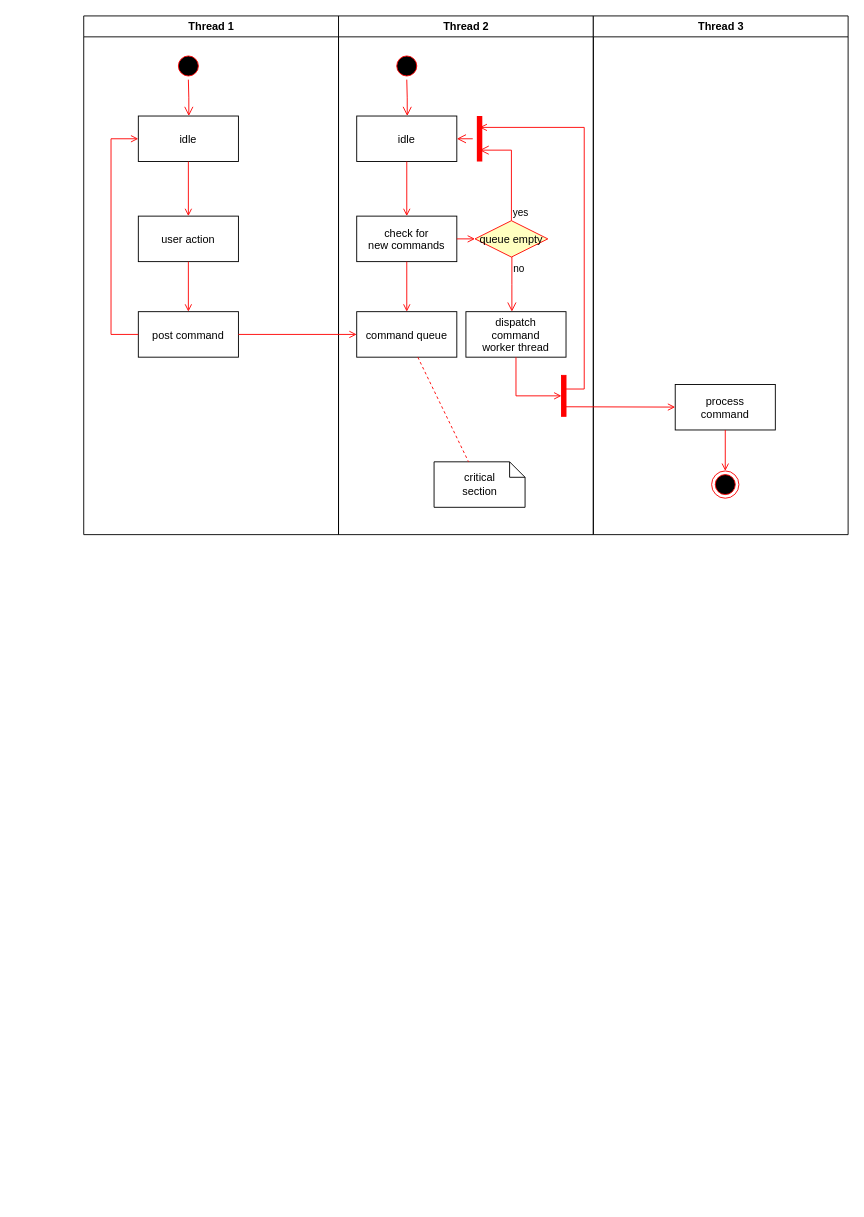
Before: CRUSUML.drawio in DONNWILZY/HNGTaskTwo, a draw.io diagram. Source tidied: cells renumbered, new cells numbered last; positions are measured from the earlier drawing's top-left corner, leaving out a move shared by most shapes. Both pictures are drawn from the tidied source at 91%, with x=0, y=0 at pixel (83, 15).
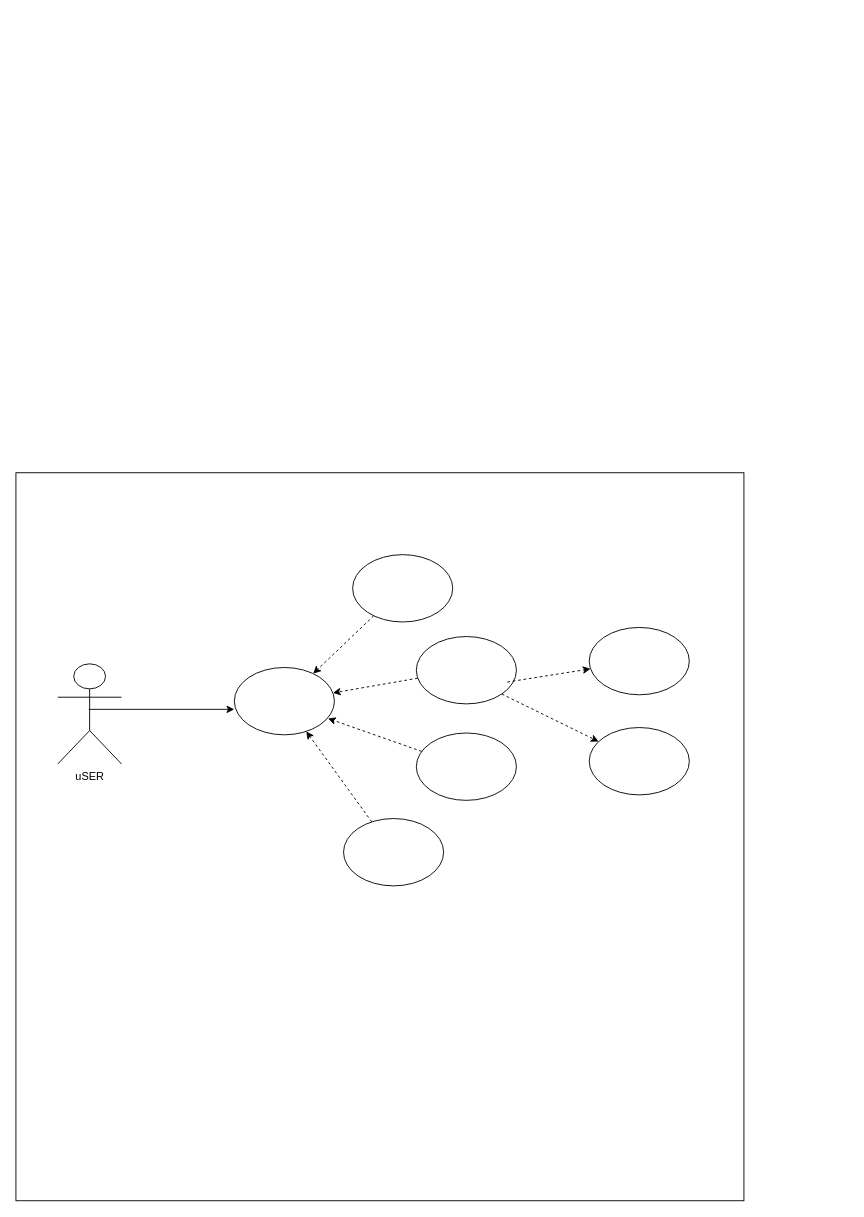
The same diagram, later.

Diff of the diagram source:
```diff
@@
-    <mxCell id="2" value="Thread 1" style="swimlane;whiteSpace=wrap;" parent="1" vertex="1">
-      <mxGeometry x="0.5" width="280" height="570" as="geometry" />
-    </mxCell>
-    <mxCell id="3" style="ellipse;shape=startState;fillColor=#000000;strokeColor=#ff0000;" parent="2" vertex="1">
-      <mxGeometry x="100" y="40" width="30" height="30" as="geometry" />
-    </mxCell>
-    <mxCell id="4" style="edgeStyle=elbowEdgeStyle;elbow=horizontal;verticalAlign=bottom;endArrow=open;endSize=8;strokeColor=#FF0000;endFill=1;rounded=0;" parent="2" edge="1" source="3" target="5">
-      <mxGeometry x="100" y="40" as="geometry" />
-    </mxCell>
-    <mxCell id="5" value="idle" parent="2" vertex="1">
-      <mxGeometry x="60" y="110" width="110" height="50" as="geometry" />
-    </mxCell>
-    <mxCell id="6" value="user action" parent="2" vertex="1">
-      <mxGeometry x="60" y="220" width="110" height="50" as="geometry" />
-    </mxCell>
-    <mxCell id="7" style="endArrow=open;strokeColor=#FF0000;endFill=1;rounded=0;" parent="2" edge="1" source="5" target="6">
-      <mxGeometry relative="1" as="geometry" />
-    </mxCell>
-    <mxCell id="8" value="post command" parent="2" vertex="1">
-      <mxGeometry x="60" y="325" width="110" height="50" as="geometry" />
-    </mxCell>
-    <mxCell id="9" style="endArrow=open;strokeColor=#FF0000;endFill=1;rounded=0;" parent="2" edge="1" source="6" target="8">
-      <mxGeometry relative="1" as="geometry" />
-    </mxCell>
-    <mxCell id="10" style="edgeStyle=elbowEdgeStyle;elbow=horizontal;strokeColor=#FF0000;endArrow=open;endFill=1;rounded=0;" parent="2" edge="1" source="8" target="5">
-      <mxGeometry relative="1" as="geometry">
-        <Array as="points">
-          <mxPoint x="30" y="250" />
-        </Array>
-      </mxGeometry>
-    </mxCell>
-    <mxCell id="11" value="Thread 2" style="swimlane;whiteSpace=wrap;" parent="1" vertex="1">
-      <mxGeometry x="280.5" width="280" height="570" as="geometry" />
-    </mxCell>
-    <mxCell id="12" style="ellipse;shape=startState;fillColor=#000000;strokeColor=#ff0000;" parent="11" vertex="1">
-      <mxGeometry x="60" y="40" width="30" height="30" as="geometry" />
-    </mxCell>
-    <mxCell id="13" style="edgeStyle=elbowEdgeStyle;elbow=horizontal;verticalAlign=bottom;endArrow=open;endSize=8;strokeColor=#FF0000;endFill=1;rounded=0;" parent="11" edge="1" source="12" target="14">
-      <mxGeometry x="40" y="20" as="geometry" />
-    </mxCell>
-    <mxCell id="14" value="idle" parent="11" vertex="1">
-      <mxGeometry x="20" y="110" width="110" height="50" as="geometry" />
-    </mxCell>
-    <mxCell id="15" value="check for &#10;new commands" parent="11" vertex="1">
-      <mxGeometry x="20" y="220" width="110" height="50" as="geometry" />
-    </mxCell>
-    <mxCell id="16" style="endArrow=open;strokeColor=#FF0000;endFill=1;rounded=0;" parent="11" edge="1" source="14" target="15">
-      <mxGeometry relative="1" as="geometry" />
-    </mxCell>
-    <mxCell id="17" value="command queue" parent="11" vertex="1">
-      <mxGeometry x="20" y="325" width="110" height="50" as="geometry" />
-    </mxCell>
-    <mxCell id="18" style="endArrow=open;strokeColor=#FF0000;endFill=1;rounded=0;" parent="11" edge="1" source="15" target="17">
-      <mxGeometry relative="1" as="geometry" />
-    </mxCell>
-    <mxCell id="19" value="queue empty" style="rhombus;fillColor=#ffffc0;strokeColor=#ff0000;" parent="11" vertex="1">
-      <mxGeometry x="150" y="225" width="80" height="40" as="geometry" />
-    </mxCell>
-    <mxCell id="20" value="yes" style="edgeStyle=elbowEdgeStyle;elbow=horizontal;align=left;verticalAlign=bottom;endArrow=open;endSize=8;strokeColor=#FF0000;exitX=0.5;exitY=0;endFill=1;rounded=0;entryX=0.75;entryY=0.5;entryPerimeter=0;" parent="11" edge="1" source="19" target="23">
-      <mxGeometry x="-1" relative="1" as="geometry">
-        <Array as="points">
-          <mxPoint x="190" y="180" />
-        </Array>
-      </mxGeometry>
-    </mxCell>
-    <mxCell id="21" value="no" style="edgeStyle=elbowEdgeStyle;elbow=horizontal;align=left;verticalAlign=top;endArrow=open;endSize=8;strokeColor=#FF0000;endFill=1;rounded=0;" parent="11" edge="1" source="19" target="25">
-      <mxGeometry x="-1" relative="1" as="geometry" />
-    </mxCell>
-    <mxCell id="22" style="endArrow=open;strokeColor=#FF0000;endFill=1;rounded=0;" parent="11" edge="1" source="15" target="19">
-      <mxGeometry relative="1" as="geometry" />
-    </mxCell>
-    <mxCell id="23" style="shape=line;strokeWidth=6;strokeColor=#ff0000;rotation=90;" parent="11" vertex="1">
-      <mxGeometry x="130" y="127.5" width="50" height="15" as="geometry" />
-    </mxCell>
-    <mxCell id="24" style="edgeStyle=elbowEdgeStyle;elbow=horizontal;verticalAlign=bottom;endArrow=open;endSize=8;strokeColor=#FF0000;endFill=1;rounded=0;" parent="11" edge="1" source="23" target="14">
-      <mxGeometry x="130" y="90" as="geometry" />
-    </mxCell>
-    <mxCell id="25" value="dispatch&#10;command&#10;worker thread" parent="11" vertex="1">
-      <mxGeometry x="140" y="325" width="110" height="50" as="geometry" />
-    </mxCell>
-    <mxCell id="26" value="critical&#10;section" style="shape=note;whiteSpace=wrap;size=17;" parent="11" vertex="1">
-      <mxGeometry x="105" y="490" width="100" height="50" as="geometry" />
-    </mxCell>
-    <mxCell id="27" style="endArrow=none;strokeColor=#FF0000;endFill=0;rounded=0;dashed=1;" parent="11" edge="1" source="17" target="26">
-      <mxGeometry relative="1" as="geometry" />
-    </mxCell>
-    <mxCell id="28" style="whiteSpace=wrap;strokeColor=#FF0000;fillColor=#FF0000;" parent="11" vertex="1">
-      <mxGeometry x="245" y="395" width="5" height="45" as="geometry" />
-    </mxCell>
-    <mxCell id="29" style="edgeStyle=elbowEdgeStyle;elbow=horizontal;entryX=0;entryY=0.5;strokeColor=#FF0000;endArrow=open;endFill=1;rounded=0;" parent="11" edge="1" source="25" target="28">
-      <mxGeometry relative="1" as="geometry">
-        <Array as="points">
-          <mxPoint x="195" y="400" />
-        </Array>
-      </mxGeometry>
-    </mxCell>
-    <mxCell id="30" value="Thread 3" style="swimlane;whiteSpace=wrap;" parent="1" vertex="1">
-      <mxGeometry x="560.5" width="280" height="570" as="geometry" />
-    </mxCell>
-    <mxCell id="31" value="process&#10;command" parent="30" vertex="1">
-      <mxGeometry x="90" y="405" width="110" height="50" as="geometry" />
-    </mxCell>
-    <mxCell id="32" style="edgeStyle=elbowEdgeStyle;elbow=horizontal;strokeColor=#FF0000;endArrow=open;endFill=1;rounded=0;entryX=0.25;entryY=0.5;entryPerimeter=0;" parent="30" edge="1" target="23">
-      <mxGeometry relative="1" as="geometry">
-        <mxPoint x="-30" y="410" as="sourcePoint" />
-        <Array as="points">
-          <mxPoint x="-10" y="135" />
-        </Array>
-      </mxGeometry>
-    </mxCell>
-    <mxCell id="33" style="edgeStyle=none;strokeColor=#FF0000;endArrow=open;endFill=1;rounded=0;" parent="30" edge="1" target="31">
-      <mxGeometry relative="1" as="geometry">
-        <mxPoint x="-30" y="429.5" as="sourcePoint" />
-      </mxGeometry>
-    </mxCell>
-    <mxCell id="34" style="ellipse;shape=endState;fillColor=#000000;strokeColor=#ff0000;" parent="30" vertex="1">
-      <mxGeometry x="130" y="500" width="30" height="30" as="geometry" />
-    </mxCell>
-    <mxCell id="35" style="endArrow=open;strokeColor=#FF0000;endFill=1;rounded=0;" parent="30" edge="1" source="31" target="34">
-      <mxGeometry relative="1" as="geometry" />
-    </mxCell>
-    <mxCell id="36" style="endArrow=open;strokeColor=#FF0000;endFill=1;rounded=0;" parent="1" edge="1" source="8" target="17">
-      <mxGeometry relative="1" as="geometry" />
-    </mxCell>
+    <mxCell id="37" style="whiteSpace=wrap;html=1;" parent="1" vertex="1">
+      <mxGeometry x="-74" y="502" width="800" height="800" as="geometry" />
+    </mxCell>
+    <mxCell id="38" style="ellipse;whiteSpace=wrap;html=1;" parent="1" vertex="1">
+      <mxGeometry x="166" y="716" width="110" height="74" as="geometry" />
+    </mxCell>
+    <mxCell id="39" value="uSER&lt;br&gt;" style="shape=umlActor;verticalLabelPosition=bottom;verticalAlign=top;html=1;" parent="1" vertex="1">
+      <mxGeometry x="-28" y="712" width="70" height="110" as="geometry" />
+    </mxCell>
+    <mxCell id="40" style="ellipse;whiteSpace=wrap;html=1;" parent="1" vertex="1">
+      <mxGeometry x="296" y="592" width="110" height="74" as="geometry" />
+    </mxCell>
+    <mxCell id="41" style="ellipse;whiteSpace=wrap;html=1;" parent="1" vertex="1">
+      <mxGeometry x="366" y="682" width="110" height="74" as="geometry" />
+    </mxCell>
+    <mxCell id="42" style="ellipse;whiteSpace=wrap;html=1;" parent="1" vertex="1">
+      <mxGeometry x="366" y="788" width="110" height="74" as="geometry" />
+    </mxCell>
+    <mxCell id="43" style="ellipse;whiteSpace=wrap;html=1;" parent="1" vertex="1">
+      <mxGeometry x="286" y="882" width="110" height="74" as="geometry" />
+    </mxCell>
+    <mxCell id="44" style="ellipse;whiteSpace=wrap;html=1;" parent="1" vertex="1">
+      <mxGeometry x="556" y="672" width="110" height="74" as="geometry" />
+    </mxCell>
+    <mxCell id="45" style="ellipse;whiteSpace=wrap;html=1;" parent="1" vertex="1">
+      <mxGeometry x="556" y="782" width="110" height="74" as="geometry" />
+    </mxCell>
+    <mxCell id="46" style="endArrow=classic;html=1;rounded=0;dashed=1;" parent="1" edge="1" source="40" target="38">
+      <mxGeometry relative="1" as="geometry" />
+    </mxCell>
+    <mxCell id="47" style="endArrow=classic;html=1;rounded=0;" parent="1" edge="1">
+      <mxGeometry relative="1" as="geometry">
+        <mxPoint x="6" y="762" as="sourcePoint" />
+        <mxPoint x="166" y="762" as="targetPoint" />
+      </mxGeometry>
+    </mxCell>
+    <mxCell id="48" style="endArrow=classic;html=1;rounded=0;dashed=1;" parent="1" edge="1" source="41" target="38">
+      <mxGeometry relative="1" as="geometry" />
+    </mxCell>
+    <mxCell id="49" style="endArrow=classic;html=1;rounded=0;entryX=0.936;entryY=0.757;entryDx=0;entryDy=0;entryPerimeter=0;dashed=1;" parent="1" edge="1" source="42" target="38">
+      <mxGeometry relative="1" as="geometry" />
+    </mxCell>
+    <mxCell id="50" style="endArrow=classic;html=1;rounded=0;dashed=1;" parent="1" edge="1" source="43" target="38">
+      <mxGeometry relative="1" as="geometry" />
+    </mxCell>
+    <mxCell id="51" style="endArrow=classic;html=1;rounded=0;dashed=1;" parent="1" edge="1" target="44">
+      <mxGeometry relative="1" as="geometry">
+        <mxPoint x="466" y="732" as="sourcePoint" />
+      </mxGeometry>
+    </mxCell>
+    <mxCell id="52" style="endArrow=classic;html=1;rounded=0;dashed=1;exitX=1;exitY=1;exitDx=0;exitDy=0;" parent="1" edge="1" source="41" target="45">
+      <mxGeometry relative="1" as="geometry" />
+    </mxCell>
```
